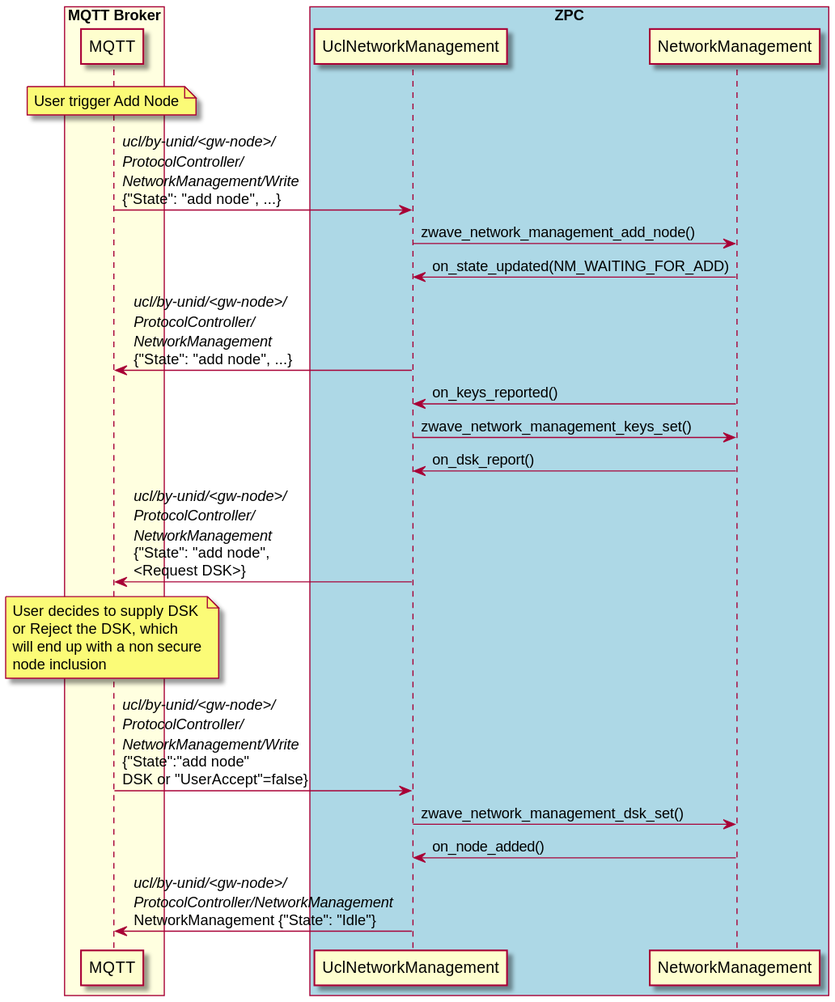
SiliconLabs/UnifySDK keeps this PlantUML diagram as docs/doxygen_zpc/inline_umlgraph_7.svg. Above is the earlier version.
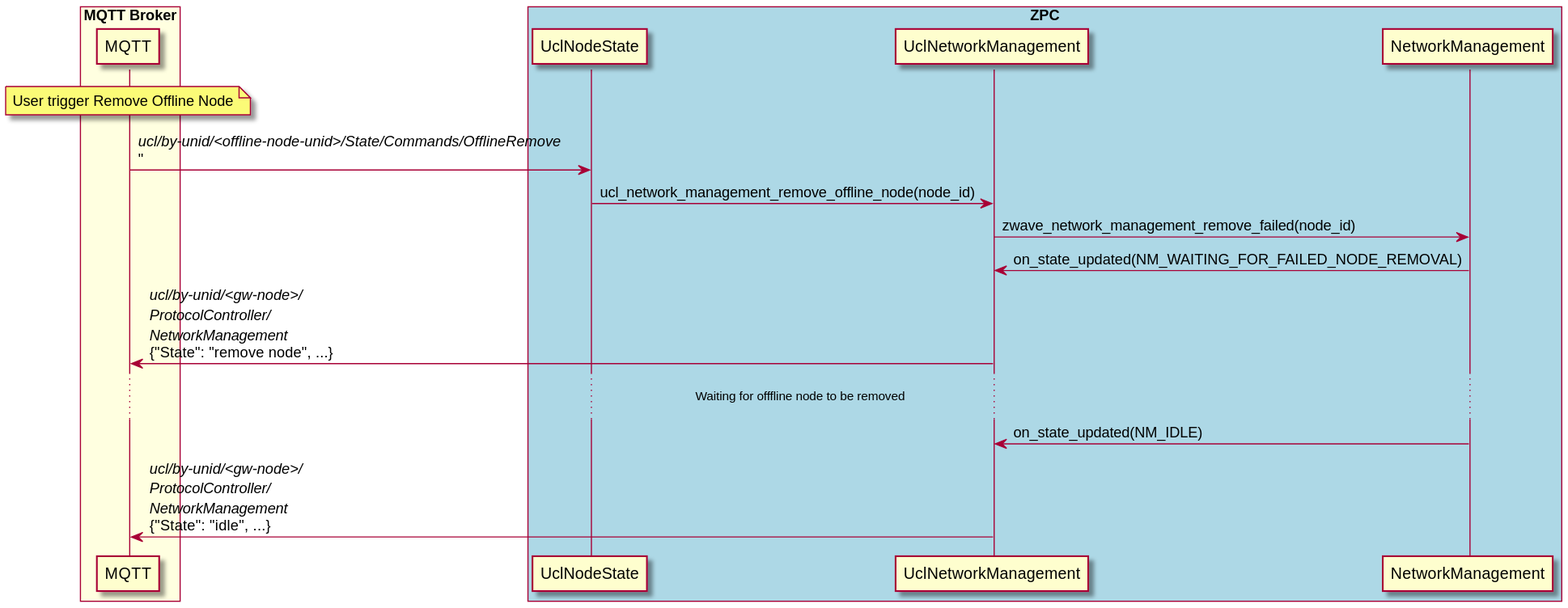
Later version of the same file.

Diff of the diagram source:
```diff
@@ -2,29 +2,19 @@
   box "MQTT Broker" #LightYellow
   participant MQTT
   end box
-
   box "ZPC" #LightBlue
-
+  participant UclNodeState
   participant UclNetworkManagement
   participant NetworkManagement
   end box
-  note over MQTT: User trigger Add Node
-  MQTT                  -> UclNetworkManagement : <i>ucl/by-unid/<gw-node>/</i>\n<i>ProtocolController/</i>\n<i>NetworkManagement/Write</i>\n{"State": "add node", ...}
-  UclNetworkManagement  -> NetworkManagement    : zwave_network_management_add_node()
-  NetworkManagement     -> UclNetworkManagement : on_state_updated(NM_WAITING_FOR_ADD)
-  UclNetworkManagement  -> MQTT                 : <i>ucl/by-unid/<gw-node>/</i>\n<i>ProtocolController/</i>\n<i>NetworkManagement</i>\n{"State": "add node", ...}
-  NetworkManagement     -> UclNetworkManagement : on_keys_reported()
-  UclNetworkManagement  -> NetworkManagement    : zwave_network_management_keys_set()
-  NetworkManagement     -> UclNetworkManagement : on_dsk_report()
-  UclNetworkManagement  -> MQTT                 : <i>ucl/by-unid/<gw-node>/</i>\n<i>ProtocolController/</i>\n<i>NetworkManagement</i>\n{"State": "add node",\n<Request DSK>}
-  note over MQTT
-  User decides to supply DSK
-  or Reject the DSK, which
-  will end up with a non secure
-  node inclusion
-  end note
-  MQTT                  -> UclNetworkManagement : <i>ucl/by-unid/<gw-node>/</i>\n<i>ProtocolController/</i>\n<i>NetworkManagement/Write</i>\n{"State":"add node"\nDSK or "UserAccept"=false}
-  UclNetworkManagement  -> NetworkManagement    : zwave_network_management_dsk_set()
-  NetworkManagement     -> UclNetworkManagement : on_node_added()
-  UclNetworkManagement  -> MQTT                 : <i>ucl/by-unid/<gw-node>/</i>\n<i>ProtocolController/NetworkManagement</i>\nNetworkManagement {"State": "Idle"}
+
+  note over MQTT: User trigger Remove Offline Node
+  MQTT                  -> UclNodeState         : <i>ucl/by-unid/<offline-node-unid>/State/Commands/OfflineRemove</i>\n"
+  UclNodeState          -> UclNetworkManagement : ucl_network_management_remove_offline_node(node_id)
+  UclNetworkManagement  -> NetworkManagement    : zwave_network_management_remove_failed(node_id)
+  NetworkManagement     -> UclNetworkManagement : on_state_updated(NM_WAITING_FOR_FAILED_NODE_REMOVAL)
+  UclNetworkManagement  -> MQTT                 : <i>ucl/by-unid/<gw-node>/</i>\n<i>ProtocolController/</i>\n<i>NetworkManagement</i>\n{"State": "remove node", ...}
+  ... Waiting for offfline node to be removed ...
+  NetworkManagement     -> UclNetworkManagement : on_state_updated(NM_IDLE)
+  UclNetworkManagement  -> MQTT                 : <i>ucl/by-unid/<gw-node>/</i>\n<i>ProtocolController/</i>\n<i>NetworkManagement</i>\n{"State": "idle", ...}
 @enduml
```
